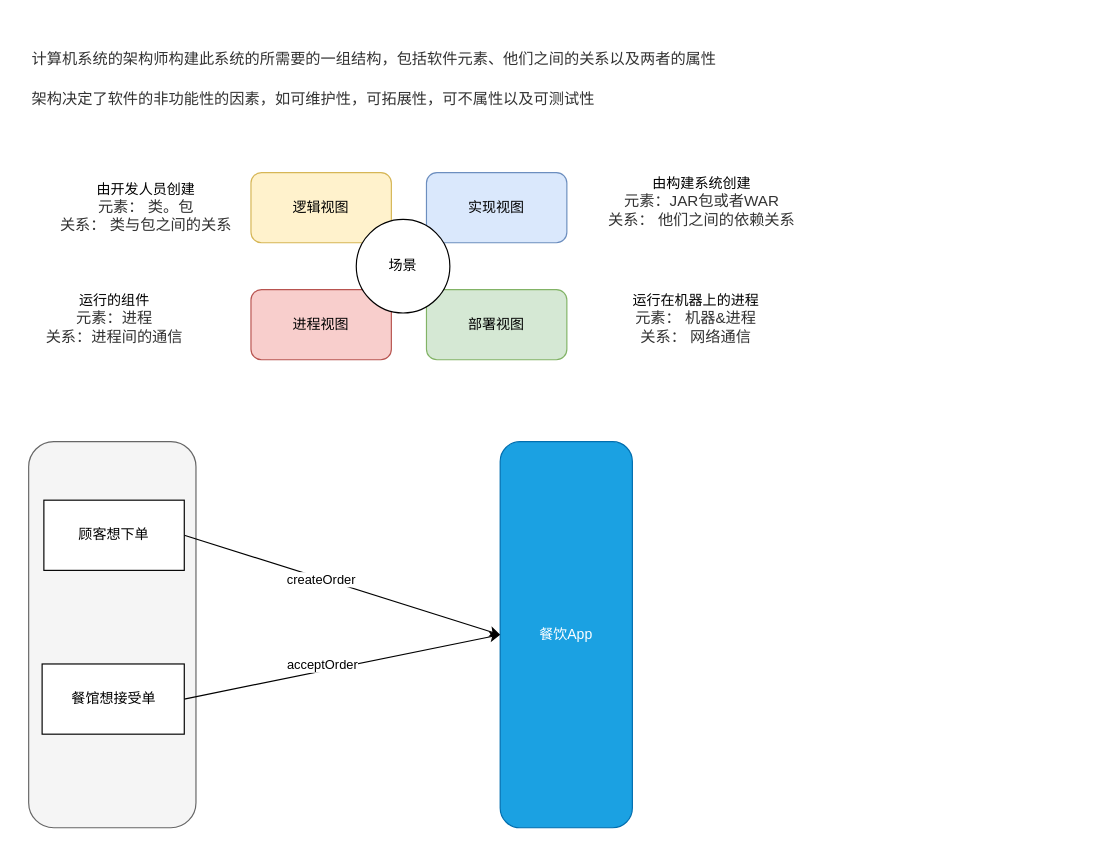
Earlier version of the draw.io diagram drawio/微服务设计模式-拆分.drawio (taoes/document). Source tidied: cells renumbered, new cells numbered last; positions are measured from the earlier drawing's top-left corner, leaving out a move shared by most shapes. Both pictures are drawn from the tidied source at 117%, with x=0, y=0 at pixel (20, 32).
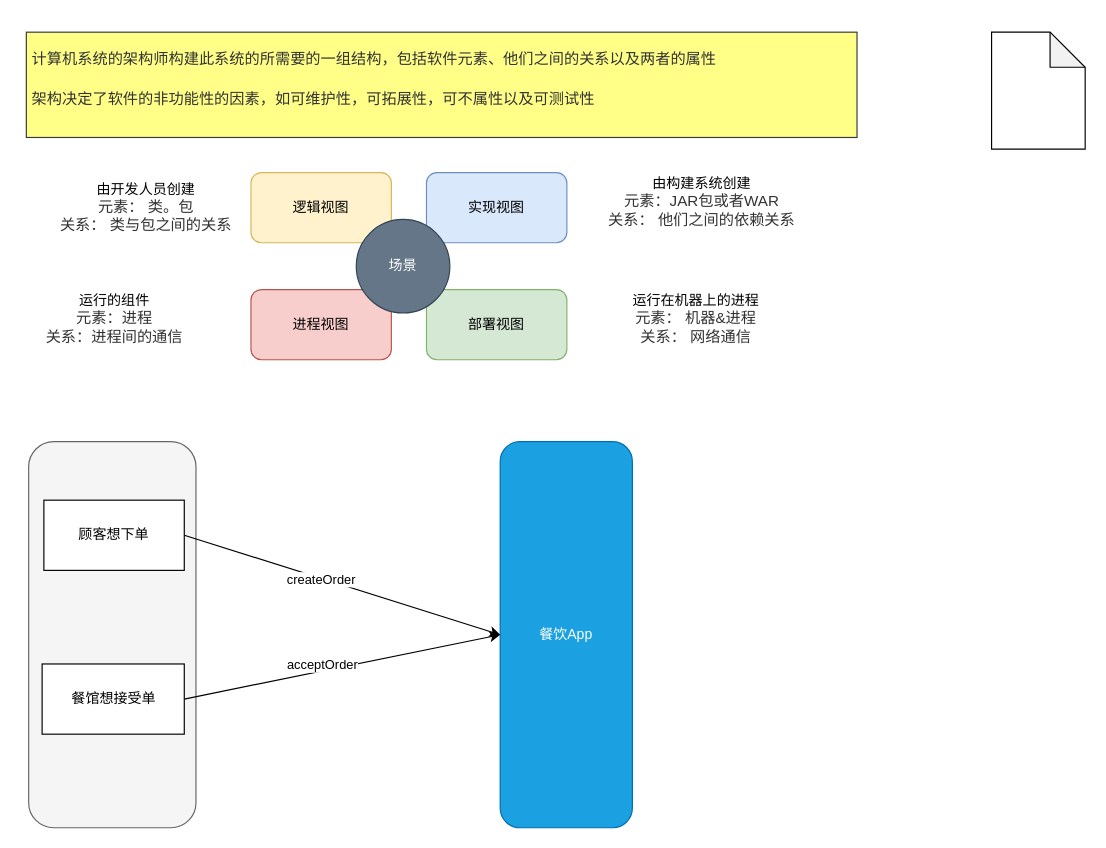
After the change.

Commit message:
更新微服务设计模式-拆分.drawio

Diff of the diagram source:
```diff
@@
-    <mxCell id="6" value="场景" style="ellipse;whiteSpace=wrap;html=1;" parent="1" vertex="1">
+    <mxCell id="6" value="场景" style="ellipse;whiteSpace=wrap;html=1;fillColor=#647687;fontColor=#ffffff;strokeColor=#314354;" parent="1" vertex="1">
       <mxGeometry x="287" y="160" width="80" height="80" as="geometry" />
     </mxCell>
-    <mxCell id="7" value="&lt;h1&gt;&lt;font style=&quot;color: rgb(50, 50, 50); font-family: 微软雅黑; font-size: 13px; font-weight: 400;&quot; color=&quot;#323232&quot;&gt;计算机系统的架构师构建此系统的所需要的一组结构，包括软件元素、他们之间的关系以及两者的属性&lt;/font&gt;&lt;div style=&quot;resize: none; outline: none; font-size: 13px; color: rgb(50, 50, 50); font-family: 微软雅黑; font-weight: 400;&quot;&gt;&lt;font color=&quot;#323232&quot;&gt;&lt;br&gt;&lt;/font&gt;&lt;/div&gt;&lt;div style=&quot;resize: none; outline: none; font-size: 13px; color: rgb(50, 50, 50); font-family: 微软雅黑; font-weight: 400;&quot;&gt;&lt;font color=&quot;#323232&quot;&gt;架构决定了软件的非功能性的因素，如可维护性，可拓展性，可不属性以及可测试性&lt;/font&gt;&lt;/div&gt;&lt;/h1&gt;" style="text;html=1;strokeColor=none;fillColor=none;spacing=5;spacingTop=-20;whiteSpace=wrap;overflow=hidden;rounded=0;" parent="1" vertex="1">
+    <mxCell id="7" value="&lt;h1&gt;&lt;font style=&quot;color: rgb(50, 50, 50); font-family: 微软雅黑; font-size: 13px; font-weight: 400;&quot; color=&quot;#323232&quot;&gt;计算机系统的架构师构建此系统的所需要的一组结构，包括软件元素、他们之间的关系以及两者的属性&lt;/font&gt;&lt;div style=&quot;resize: none; outline: none; font-size: 13px; color: rgb(50, 50, 50); font-family: 微软雅黑; font-weight: 400;&quot;&gt;&lt;font color=&quot;#323232&quot;&gt;&lt;br&gt;&lt;/font&gt;&lt;/div&gt;&lt;div style=&quot;resize: none; outline: none; font-size: 13px; color: rgb(50, 50, 50); font-family: 微软雅黑; font-weight: 400;&quot;&gt;&lt;font color=&quot;#323232&quot;&gt;架构决定了软件的非功能性的因素，如可维护性，可拓展性，可不属性以及可测试性&lt;/font&gt;&lt;/div&gt;&lt;/h1&gt;" style="text;html=1;strokeColor=#36393d;fillColor=#ffff88;spacing=5;spacingTop=-20;whiteSpace=wrap;overflow=hidden;rounded=0;" parent="1" vertex="1">
       <mxGeometry x="5" width="710" height="90" as="geometry" />
     </mxCell>
@@
+    <mxCell id="20" style="shape=note;whiteSpace=wrap;html=1;backgroundOutline=1;darkOpacity=0.05;" parent="1" vertex="1">
+      <mxGeometry x="830" width="80" height="100" as="geometry" />
+    </mxCell>
```
